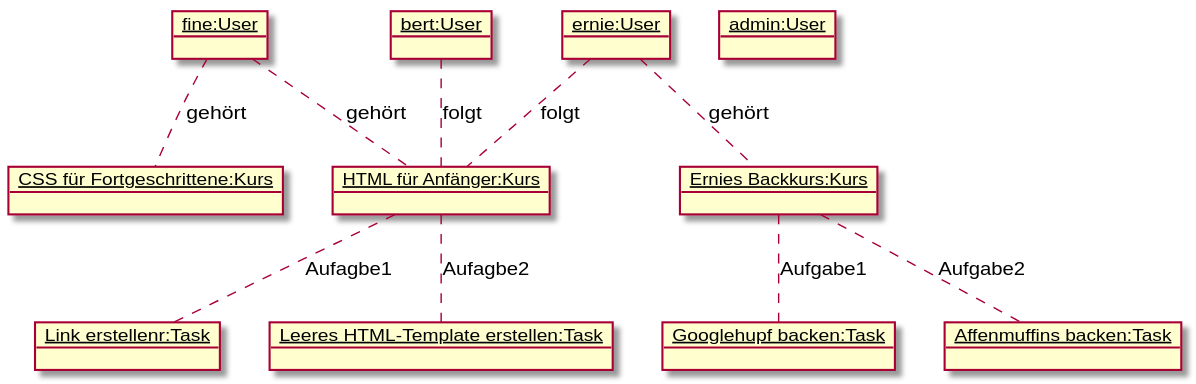
SimonBurmer/HM-Agenda20 keeps this PlantUML diagram as doku/Objektdiagramm Demo-Daten.svg. Above is the earlier version. The source it was exported from:
```plantuml
@startuml
object "<u>fine:User</u>" as fine
object "<u>ernie:User</u>" as ernie
object "<u>bert:User</u>" as bert
object "<u>admin:User</u>" as admin

object "<u>HTML für Anfänger:Kurs</u>" as HTML
object "<u>Link erstellenr:Task</u>" as HTMLTs1
object "<u>Leeres HTML-Template erstellen:Task</u>" as HTMLTs2


object "<u>CSS für Fortgeschrittene:Kurs</u>" as CSS


object "<u>Ernies Backkurs:Kurs</u>" as Back
object "<u>Googlehupf backen:Task</u>" as BackTs1
object "<u>Affenmuffins backen:Task</u>" as BackTs2


fine .. HTML : gehört
ernie .. HTML : folgt
bert .. HTML : folgt
HTML .. HTMLTs1: Aufagbe1
HTML .. HTMLTs2: Aufagbe2


fine .. CSS : gehört

ernie .. Back: gehört
Back .. BackTs1: Aufgabe1
Back .. BackTs2: Aufgabe2
@enduml
```
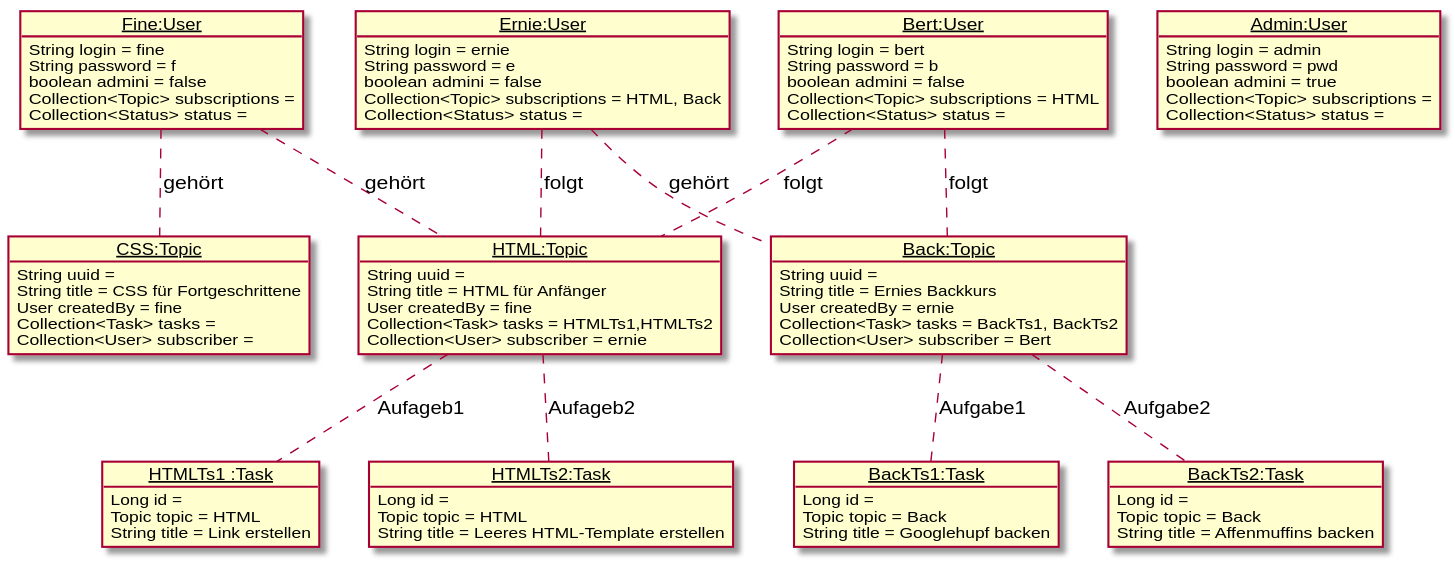
After the change.

Commit message:
[#5] erweiterung der Dokumentation Demo-Daten

What changed in the source:
```diff
@@ -1,32 +1,95 @@
 @startuml
-object "<u>fine:User</u>" as fine
-object "<u>ernie:User</u>" as ernie
-object "<u>bert:User</u>" as bert
-object "<u>admin:User</u>" as admin
+object "<u>Fine:User</u>" as fine
+fine : String login = fine
+fine : String password = f
+fine : boolean admini = false
+fine : Collection<Topic> subscriptions =
+fine : Collection<Status> status =
 
-object "<u>HTML für Anfänger:Kurs</u>" as HTML
-object "<u>Link erstellenr:Task</u>" as HTMLTs1
-object "<u>Leeres HTML-Template erstellen:Task</u>" as HTMLTs2
+object "<u>Bert:User</u>" as bert
+bert : String login = bert
+bert : String password = b
+bert : boolean admini = false
+bert : Collection<Topic> subscriptions = HTML
+bert : Collection<Status> status =
+
+object "<u>Ernie:User</u>" as ernie
+ernie : String login = ernie
+ernie : String password = e
+ernie : boolean admini = false
+ernie : Collection<Topic> subscriptions = HTML, Back
+ernie : Collection<Status> status =
+
+object "<u>Admin:User</u>" as admin
+admin : String login = admin
+admin : String password = pwd
+admin : boolean admini = true
+admin : Collection<Topic> subscriptions =
+admin : Collection<Status> status =
 
 
-object "<u>CSS für Fortgeschrittene:Kurs</u>" as CSS
+
+object "<u>HTML:Topic</u>" as HTML
+HTML : String uuid =
+HTML : String title = HTML für Anfänger
+HTML : User createdBy = fine
+HTML : Collection<Task> tasks = HTMLTs1,HTMLTs2
+HTML : Collection<User> subscriber = ernie
+
+object "<u>HTMLTs1 :Task</u>" as HTMLTs1
+HTMLTs1 : Long id =
+HTMLTs1 : Topic topic =  HTML
+HTMLTs1 : String title = Link erstellen
+
+object "<u>HTMLTs2:Task</u>" as HTMLTs2
+HTMLTs2 : Long id =
+HTMLTs2 : Topic topic =  HTML
+HTMLTs2 : String title = Leeres HTML-Template erstellen
 
 
-object "<u>Ernies Backkurs:Kurs</u>" as Back
-object "<u>Googlehupf backen:Task</u>" as BackTs1
-object "<u>Affenmuffins backen:Task</u>" as BackTs2
+
+object "<u>CSS:Topic</u>" as CSS
+CSS : String uuid =
+CSS : String title = CSS für Fortgeschrittene
+CSS : User createdBy = fine
+CSS : Collection<Task> tasks =
+CSS : Collection<User> subscriber =
+
+
+
+
+object "<u>Back:Topic</u>" as Back
+Back : String uuid =
+Back : String title = Ernies Backkurs
+Back : User createdBy = ernie
+Back : Collection<Task> tasks = BackTs1, BackTs2
+Back : Collection<User> subscriber = Bert
+
+object "<u>BackTs1:Task</u>" as BackTs1
+BackTs1 : Long id =
+BackTs1 : Topic topic =  Back
+BackTs1 : String title = Googlehupf backen
+
+object "<u>BackTs2:Task</u>" as BackTs2
+BackTs2 : Long id =
+BackTs2 : Topic topic =  Back
+BackTs2 : String title = Affenmuffins backen
+
+
 
 
 fine .. HTML : gehört
 ernie .. HTML : folgt
 bert .. HTML : folgt
-HTML .. HTMLTs1: Aufagbe1
-HTML .. HTMLTs2: Aufagbe2
+HTML .. HTMLTs1: Aufageb1
+HTML .. HTMLTs2: Aufageb2
 
 
 fine .. CSS : gehört
 
+
 ernie .. Back: gehört
+bert .. Back : folgt
 Back .. BackTs1: Aufgabe1
 Back .. BackTs2: Aufgabe2
 @enduml
```
